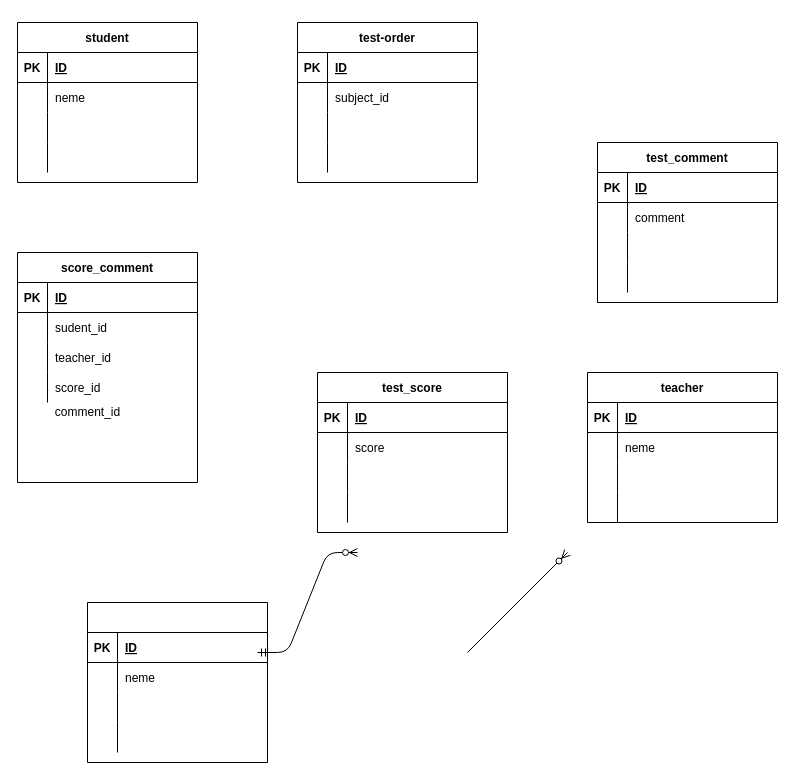
The draw.io diagram 20211019_niimura/ERD.drawio in Niimura001/20211019_niimura, before the edit. Source tidied: cells renumbered, new cells numbered last; positions are measured from the earlier drawing's top-left corner, leaving out a move shared by most shapes. Both pictures are drawn from the tidied source at 100%, with x=0, y=0 at pixel (17, 22).
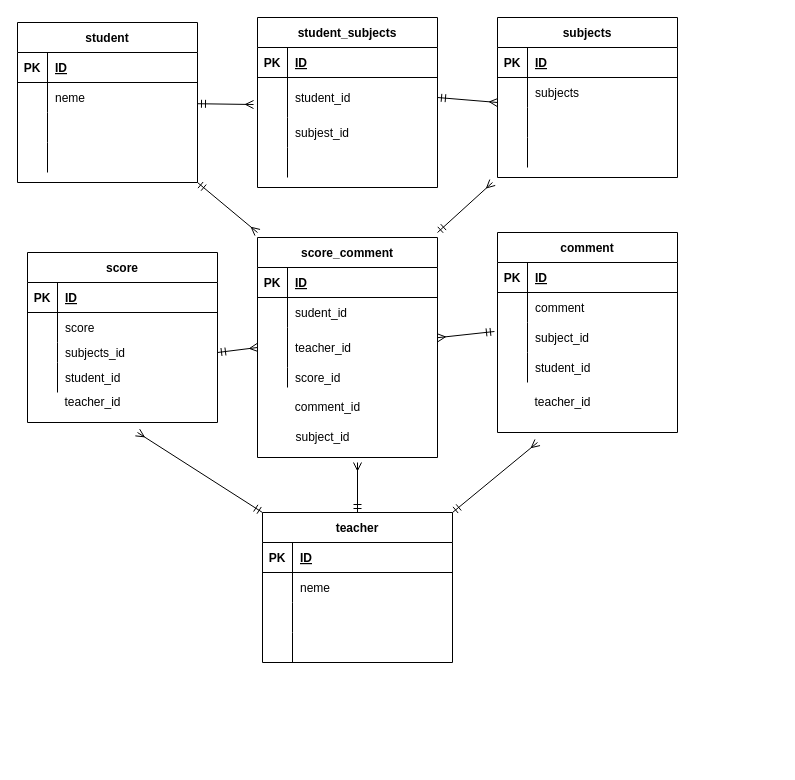
After the change.

The change refers to these unchanged cells:
```xml
<mxCell id="2" value="student" style="shape=table;startSize=30;childLayout=tableLayout;rowLines=0;fontStyle=1;align=center;" parent="1" vertex="1">
  <mxGeometry width="180" height="160" as="geometry" />
</mxCell>
<mxCell id="50" style="shape=partialRectangle;fillColor=none;top=0;left=0;bottom=0;right=0;points=[[0,0.5],[1,0.5]];portConstraint=eastwest;" parent="43" vertex="1">
  <mxGeometry y="90" width="180" height="30" as="geometry" />
</mxCell>
<mxCell id="53" style="shape=partialRectangle;fillColor=none;top=0;left=0;bottom=0;right=0;" parent="43" vertex="1">
  <mxGeometry y="120" width="180" height="30" as="geometry" />
</mxCell>
```

Change to the diagram source:
```diff
@@
+    <mxCell id="97" style="rounded=0;jettySize=auto;html=1;entryX=-0.022;entryY=0.675;entryDx=0;entryDy=0;entryPerimeter=0;endArrow=ERmany;endFill=0;startArrow=ERmandOne;startFill=0;" parent="1" edge="1" source="2" target="73">
+      <mxGeometry relative="1" as="geometry" />
+    </mxCell>
@@
+    <mxCell id="98" style="edgeStyle=none;rounded=0;jettySize=auto;html=1;exitX=0;exitY=0;exitDx=0;exitDy=0;startArrow=ERmandOne;startFill=0;endArrow=ERmany;endFill=0;" parent="1" edge="1" source="15">
+      <mxGeometry relative="1" as="geometry">
+        <mxPoint x="120" y="410" as="targetPoint" />
+      </mxGeometry>
+    </mxCell>
+    <mxCell id="99" style="edgeStyle=none;rounded=0;jettySize=auto;html=1;startArrow=ERmandOne;startFill=0;endArrow=ERmany;endFill=0;" parent="1" edge="1" source="15">
+      <mxGeometry relative="1" as="geometry">
+        <mxPoint x="340" y="440" as="targetPoint" />
+      </mxGeometry>
+    </mxCell>
     <mxCell id="15" value="teacher" style="shape=table;startSize=30;childLayout=tableLayout;rowLines=0;fontStyle=1;align=center;" parent="1" vertex="1">
-      <mxGeometry x="570" y="350" width="190" height="150" as="geometry" />
+      <mxGeometry x="245" y="490" width="190" height="150" as="geometry" />
     </mxCell>
@@
-    <mxCell id="28" style="shape=table;startSize=30;childLayout=tableLayout;rowLines=0;fontStyle=1;align=center;" parent="1" vertex="1">
-      <mxGeometry x="70" y="580" width="180" height="160" as="geometry" />
-    </mxCell>
-    <mxCell id="29" style="shape=partialRectangle;fillColor=none;top=0;left=0;bottom=1;right=0;" parent="28" vertex="1">
-      <mxGeometry y="30" width="180" height="30" as="geometry" />
-    </mxCell>
-    <mxCell id="30" value="PK" style="shape=partialRectangle;fillColor=none;top=0;left=0;bottom=0;right=0;fontStyle=1;overflow=hidden;" parent="29" vertex="1">
-      <mxGeometry width="30" height="30" as="geometry" />
-    </mxCell>
-    <mxCell id="31" value="ID" style="shape=partialRectangle;fillColor=none;top=0;left=0;bottom=0;right=0;align=left;spacingLeft=6;fontStyle=5;overflow=hidden;" parent="29" vertex="1">
-      <mxGeometry x="30" width="150" height="30" as="geometry" />
-    </mxCell>
-    <mxCell id="32" style="shape=partialRectangle;fillColor=none;top=0;left=0;bottom=0;right=0;" parent="28" vertex="1">
-      <mxGeometry y="60" width="180" height="30" as="geometry" />
-    </mxCell>
-    <mxCell id="33" style="shape=partialRectangle;fillColor=none;top=0;left=0;bottom=0;right=0;overflow=hidden;" parent="32" vertex="1">
-      <mxGeometry width="30" height="30" as="geometry" />
-    </mxCell>
-    <mxCell id="34" value="neme" style="shape=partialRectangle;fillColor=none;top=0;left=0;bottom=0;right=0;align=left;spacingLeft=6;overflow=hidden;" parent="32" vertex="1">
-      <mxGeometry x="30" width="150" height="30" as="geometry" />
-    </mxCell>
-    <mxCell id="35" style="shape=partialRectangle;fillColor=none;top=0;left=0;bottom=0;right=0;points=[[0,0.5],[1,0.5]];portConstraint=eastwest;" parent="28" vertex="1">
-      <mxGeometry y="90" width="180" height="30" as="geometry" />
-    </mxCell>
-    <mxCell id="36" style="shape=partialRectangle;fillColor=none;top=0;left=0;bottom=0;right=0;overflow=hidden;" parent="35" vertex="1">
-      <mxGeometry width="30" height="30" as="geometry" />
-    </mxCell>
-    <mxCell id="37" style="shape=partialRectangle;fillColor=none;top=0;left=0;bottom=0;right=0;align=left;spacingLeft=6;overflow=hidden;" parent="35" vertex="1">
-      <mxGeometry x="30" width="150" height="30" as="geometry" />
-    </mxCell>
-    <mxCell id="38" style="shape=partialRectangle;fillColor=none;top=0;left=0;bottom=0;right=0;" parent="28" vertex="1">
-      <mxGeometry y="120" width="180" height="30" as="geometry" />
-    </mxCell>
-    <mxCell id="39" style="shape=partialRectangle;fillColor=none;top=0;left=0;bottom=0;right=0;overflow=hidden;" parent="38" vertex="1">
-      <mxGeometry width="30" height="30" as="geometry" />
-    </mxCell>
-    <mxCell id="40" style="shape=partialRectangle;fillColor=none;top=0;left=0;bottom=0;right=0;align=left;spacingLeft=6;overflow=hidden;" parent="38" vertex="1">
-      <mxGeometry x="30" width="150" height="30" as="geometry" />
-    </mxCell>
-    <mxCell id="41" style="fontSize=12;html=1;endArrow=ERzeroToMany;endFill=1;" parent="1" edge="1">
-      <mxGeometry relative="1" as="geometry">
-        <mxPoint x="450" y="630" as="sourcePoint" />
-        <mxPoint x="550" y="530" as="targetPoint" />
-      </mxGeometry>
-    </mxCell>
-    <mxCell id="42" style="edgeStyle=entityRelationEdgeStyle;fontSize=12;html=1;endArrow=ERzeroToMany;startArrow=ERmandOne;" parent="1" edge="1">
-      <mxGeometry relative="1" as="geometry">
-        <mxPoint x="240" y="630" as="sourcePoint" />
-        <mxPoint x="340" y="530" as="targetPoint" />
-      </mxGeometry>
-    </mxCell>
-    <mxCell id="43" value="test_comment" style="shape=table;startSize=30;childLayout=tableLayout;rowLines=0;fontStyle=1;align=center;" parent="1" vertex="1">
-      <mxGeometry x="580" y="120" width="180" height="160" as="geometry" />
+    <mxCell id="43" value="comment" style="shape=table;startSize=30;childLayout=tableLayout;rowLines=0;fontStyle=1;align=center;" parent="1" vertex="1">
+      <mxGeometry x="480" y="210" width="180" height="200" as="geometry" />
     </mxCell>
@@
-    <mxCell id="52" style="shape=partialRectangle;fillColor=none;top=0;left=0;bottom=0;right=0;align=left;spacingLeft=6;overflow=hidden;" parent="50" vertex="1">
+    <mxCell id="52" value="subject_id" style="shape=partialRectangle;fillColor=none;top=0;left=0;bottom=0;right=0;align=left;spacingLeft=6;overflow=hidden;" parent="50" vertex="1">
       <mxGeometry x="30" width="150" height="30" as="geometry" />
     </mxCell>
@@
-    <mxCell id="55" style="shape=partialRectangle;fillColor=none;top=0;left=0;bottom=0;right=0;align=left;spacingLeft=6;overflow=hidden;" parent="53" vertex="1">
+    <mxCell id="55" value="student_id" style="shape=partialRectangle;fillColor=none;top=0;left=0;bottom=0;right=0;align=left;spacingLeft=6;overflow=hidden;" parent="53" vertex="1">
       <mxGeometry x="30" width="150" height="30" as="geometry" />
     </mxCell>
-    <mxCell id="56" value="test_score" style="shape=table;startSize=30;childLayout=tableLayout;rowLines=0;fontStyle=1;align=center;" parent="1" vertex="1">
-      <mxGeometry x="300" y="350" width="190" height="160" as="geometry" />
+    <mxCell id="56" value="score" style="shape=table;startSize=30;childLayout=tableLayout;rowLines=0;fontStyle=1;align=center;" parent="1" vertex="1">
+      <mxGeometry x="10" y="230" width="190" height="170" as="geometry" />
     </mxCell>
@@
     <mxCell id="63" style="shape=partialRectangle;fillColor=none;top=0;left=0;bottom=0;right=0;points=[[0,0.5],[1,0.5]];portConstraint=eastwest;" parent="56" vertex="1">
-      <mxGeometry y="90" width="190" height="30" as="geometry" />
+      <mxGeometry y="90" width="190" height="20" as="geometry" />
     </mxCell>
     <mxCell id="64" style="shape=partialRectangle;fillColor=none;top=0;left=0;bottom=0;right=0;overflow=hidden;" parent="63" vertex="1">
-      <mxGeometry width="30" height="30" as="geometry" />
+      <mxGeometry width="30" height="20" as="geometry" />
     </mxCell>
-    <mxCell id="65" style="shape=partialRectangle;fillColor=none;top=0;left=0;bottom=0;right=0;align=left;spacingLeft=6;overflow=hidden;" parent="63" vertex="1">
-      <mxGeometry x="30" width="160" height="30" as="geometry" />
+    <mxCell id="65" value="subjects_id" style="shape=partialRectangle;fillColor=none;top=0;left=0;bottom=0;right=0;align=left;spacingLeft=6;overflow=hidden;" parent="63" vertex="1">
+      <mxGeometry x="30" width="160" height="20" as="geometry" />
     </mxCell>
     <mxCell id="66" style="shape=partialRectangle;fillColor=none;top=0;left=0;bottom=0;right=0;" parent="56" vertex="1">
-      <mxGeometry y="120" width="190" height="30" as="geometry" />
+      <mxGeometry y="110" width="190" height="30" as="geometry" />
     </mxCell>
@@
-    <mxCell id="68" style="shape=partialRectangle;fillColor=none;top=0;left=0;bottom=0;right=0;align=left;spacingLeft=6;overflow=hidden;" parent="66" vertex="1">
+    <mxCell id="68" value="student_id" style="shape=partialRectangle;fillColor=none;top=0;left=0;bottom=0;right=0;align=left;spacingLeft=6;overflow=hidden;" parent="66" vertex="1">
       <mxGeometry x="30" width="160" height="30" as="geometry" />
     </mxCell>
-    <mxCell id="69" value="test-order" style="shape=table;startSize=30;childLayout=tableLayout;rowLines=0;fontStyle=1;align=center;" parent="1" vertex="1">
-      <mxGeometry x="280" width="180" height="160" as="geometry" />
+    <mxCell id="69" value="student_subjects" style="shape=table;startSize=30;childLayout=tableLayout;rowLines=0;fontStyle=1;align=center;" parent="1" vertex="1">
+      <mxGeometry x="240" y="-5" width="180" height="170" as="geometry" />
     </mxCell>
@@
     <mxCell id="73" style="shape=partialRectangle;fillColor=none;top=0;left=0;bottom=0;right=0;points=[[0,0.5],[1,0.5]];portConstraint=eastwest;" parent="69" vertex="1">
-      <mxGeometry y="60" width="180" height="30" as="geometry" />
+      <mxGeometry y="60" width="180" height="40" as="geometry" />
     </mxCell>
     <mxCell id="74" style="shape=partialRectangle;fillColor=none;top=0;left=0;bottom=0;right=0;overflow=hidden;" parent="73" vertex="1">
-      <mxGeometry width="30" height="30" as="geometry" />
+      <mxGeometry width="30" height="40" as="geometry" />
     </mxCell>
-    <mxCell id="75" value="subject_id" style="shape=partialRectangle;fillColor=none;top=0;left=0;bottom=0;right=0;align=left;spacingLeft=6;overflow=hidden;" parent="73" vertex="1">
-      <mxGeometry x="30" width="150" height="30" as="geometry" />
+    <mxCell id="75" value="student_id" style="shape=partialRectangle;fillColor=none;top=0;left=0;bottom=0;right=0;align=left;spacingLeft=6;overflow=hidden;" parent="73" vertex="1">
+      <mxGeometry x="30" width="150" height="40" as="geometry" />
     </mxCell>
     <mxCell id="76" style="shape=partialRectangle;fillColor=none;top=0;left=0;bottom=0;right=0;" parent="69" vertex="1">
-      <mxGeometry y="90" width="180" height="30" as="geometry" />
+      <mxGeometry y="100" width="180" height="30" as="geometry" />
     </mxCell>
@@
-    <mxCell id="78" style="shape=partialRectangle;fillColor=none;top=0;left=0;bottom=0;right=0;align=left;spacingLeft=6;overflow=hidden;" parent="76" vertex="1">
+    <mxCell id="78" value="subjest_id" style="shape=partialRectangle;fillColor=none;top=0;left=0;bottom=0;right=0;align=left;spacingLeft=6;overflow=hidden;" parent="76" vertex="1">
       <mxGeometry x="30" width="150" height="30" as="geometry" />
     </mxCell>
     <mxCell id="79" style="shape=partialRectangle;fillColor=none;top=0;left=0;bottom=0;right=0;" parent="69" vertex="1">
-      <mxGeometry y="120" width="180" height="30" as="geometry" />
+      <mxGeometry y="130" width="180" height="30" as="geometry" />
     </mxCell>
@@
+    <mxCell id="100" value="subjects" style="shape=table;startSize=30;childLayout=tableLayout;rowLines=0;fontStyle=1;align=center;" parent="1" vertex="1">
+      <mxGeometry x="480" y="-5" width="180" height="160" as="geometry" />
+    </mxCell>
+    <mxCell id="29" style="shape=partialRectangle;fillColor=none;top=0;left=0;bottom=1;right=0;" parent="100" vertex="1">
+      <mxGeometry y="30" width="180" height="30" as="geometry" />
+    </mxCell>
+    <mxCell id="30" value="PK" style="shape=partialRectangle;fillColor=none;top=0;left=0;bottom=0;right=0;fontStyle=1;overflow=hidden;" parent="29" vertex="1">
+      <mxGeometry width="30" height="30" as="geometry" />
+    </mxCell>
+    <mxCell id="31" value="ID" style="shape=partialRectangle;fillColor=none;top=0;left=0;bottom=0;right=0;align=left;spacingLeft=6;fontStyle=5;overflow=hidden;" parent="29" vertex="1">
+      <mxGeometry x="30" width="150" height="30" as="geometry" />
+    </mxCell>
+    <mxCell id="32" style="shape=partialRectangle;fillColor=none;top=0;left=0;bottom=0;right=0;" parent="100" vertex="1">
+      <mxGeometry y="60" width="180" height="30" as="geometry" />
+    </mxCell>
+    <mxCell id="101" style="shape=partialRectangle;fillColor=none;top=0;left=0;bottom=0;right=0;overflow=hidden;" parent="32" vertex="1">
+      <mxGeometry width="30" height="30" as="geometry" />
+    </mxCell>
+    <mxCell id="102" value="subjects" style="shape=partialRectangle;fillColor=none;top=0;left=0;bottom=0;right=0;align=left;spacingLeft=6;overflow=hidden;" parent="32" vertex="1">
+      <mxGeometry x="30" width="150" height="30" as="geometry" />
+    </mxCell>
+    <mxCell id="35" style="shape=partialRectangle;fillColor=none;top=0;left=0;bottom=0;right=0;points=[[0,0.5],[1,0.5]];portConstraint=eastwest;" parent="100" vertex="1">
+      <mxGeometry y="90" width="180" height="30" as="geometry" />
+    </mxCell>
+    <mxCell id="103" style="shape=partialRectangle;fillColor=none;top=0;left=0;bottom=0;right=0;overflow=hidden;" parent="35" vertex="1">
+      <mxGeometry width="30" height="30" as="geometry" />
+    </mxCell>
+    <mxCell id="104" style="shape=partialRectangle;fillColor=none;top=0;left=0;bottom=0;right=0;align=left;spacingLeft=6;overflow=hidden;" parent="35" vertex="1">
+      <mxGeometry x="30" width="150" height="30" as="geometry" />
+    </mxCell>
+    <mxCell id="38" style="shape=partialRectangle;fillColor=none;top=0;left=0;bottom=0;right=0;" parent="100" vertex="1">
+      <mxGeometry y="120" width="180" height="30" as="geometry" />
+    </mxCell>
+    <mxCell id="105" style="shape=partialRectangle;fillColor=none;top=0;left=0;bottom=0;right=0;overflow=hidden;" parent="38" vertex="1">
+      <mxGeometry width="30" height="30" as="geometry" />
+    </mxCell>
+    <mxCell id="106" style="shape=partialRectangle;fillColor=none;top=0;left=0;bottom=0;right=0;align=left;spacingLeft=6;overflow=hidden;" parent="38" vertex="1">
+      <mxGeometry x="30" width="150" height="30" as="geometry" />
+    </mxCell>
+    <mxCell id="107" style="group;" parent="1" vertex="1">
+      <mxGeometry x="240" y="215" width="180" height="220" as="geometry" />
+    </mxCell>
-    <mxCell id="82" style="group;" parent="1" vertex="1">
-      <mxGeometry y="230" width="180" height="230" as="geometry" />
+    <mxCell id="82" style="group;" parent="107" vertex="1">
+      <mxGeometry y="20" width="180" height="190" as="geometry" />
     </mxCell>
+    <mxCell id="96" value="comment_id" style="text;html=1;align=center;verticalAlign=middle;strokeColor=none;" parent="82" vertex="1">
+      <mxGeometry x="30" y="140" width="80" height="20" as="geometry" />
+    </mxCell>
+    <mxCell id="108" value="subject_id" style="text;html=1;align=center;verticalAlign=middle;strokeColor=none;" parent="82" vertex="1">
+      <mxGeometry x="30" y="170" width="70" height="20" as="geometry" />
+    </mxCell>
-    <mxCell id="83" value="score_comment" style="shape=table;startSize=30;childLayout=tableLayout;rowLines=0;fontStyle=1;align=center;" parent="82" vertex="1">
-      <mxGeometry width="180" height="230" as="geometry" />
+    <mxCell id="83" value="score_comment" style="shape=table;startSize=30;childLayout=tableLayout;rowLines=0;fontStyle=1;align=center;" parent="107" vertex="1">
+      <mxGeometry width="180" height="220" as="geometry" />
     </mxCell>
@@
     <mxCell id="90" style="shape=partialRectangle;fillColor=none;top=0;left=0;bottom=0;right=0;points=[[0,0.5],[1,0.5]];portConstraint=eastwest;" parent="83" vertex="1">
-      <mxGeometry y="90" width="180" height="30" as="geometry" />
+      <mxGeometry y="90" width="180" height="40" as="geometry" />
     </mxCell>
     <mxCell id="91" style="shape=partialRectangle;fillColor=none;top=0;left=0;bottom=0;right=0;overflow=hidden;" parent="90" vertex="1">
-      <mxGeometry width="30" height="30" as="geometry" />
+      <mxGeometry width="30" height="40" as="geometry" />
     </mxCell>
     <mxCell id="92" value="teacher_id" style="shape=partialRectangle;fillColor=none;top=0;left=0;bottom=0;right=0;align=left;spacingLeft=6;overflow=hidden;" parent="90" vertex="1">
-      <mxGeometry x="30" width="150" height="30" as="geometry" />
+      <mxGeometry x="30" width="150" height="40" as="geometry" />
     </mxCell>
     <mxCell id="93" style="shape=partialRectangle;fillColor=none;top=0;left=0;bottom=0;right=0;" parent="83" vertex="1">
-      <mxGeometry y="120" width="180" height="30" as="geometry" />
+      <mxGeometry y="130" width="180" height="20" as="geometry" />
     </mxCell>
     <mxCell id="94" style="shape=partialRectangle;fillColor=none;top=0;left=0;bottom=0;right=0;overflow=hidden;" parent="93" vertex="1">
-      <mxGeometry width="30" height="30" as="geometry" />
+      <mxGeometry width="30" height="20" as="geometry" />
     </mxCell>
     <mxCell id="95" value="score_id" style="shape=partialRectangle;fillColor=none;top=0;left=0;bottom=0;right=0;align=left;spacingLeft=6;overflow=hidden;" parent="93" vertex="1">
-      <mxGeometry x="30" width="150" height="30" as="geometry" />
+      <mxGeometry x="30" width="150" height="20" as="geometry" />
     </mxCell>
-    <mxCell id="96" value="comment_id" style="text;html=1;align=center;verticalAlign=middle;strokeColor=none;" parent="82" vertex="1">
-      <mxGeometry x="30" y="150" width="80" height="20" as="geometry" />
-    </mxCell>
+    <mxCell id="109" value="teacher_id" style="text;html=1;align=center;verticalAlign=middle;strokeColor=none;" parent="1" vertex="1">
+      <mxGeometry x="40" y="370" width="70" height="20" as="geometry" />
+    </mxCell>
+    <mxCell id="110" value="teacher_id" style="text;html=1;align=center;verticalAlign=middle;strokeColor=none;" parent="1" vertex="1">
+      <mxGeometry x="510" y="370" width="70" height="20" as="geometry" />
+    </mxCell>
+    <mxCell id="111" style="edgeStyle=none;rounded=0;jettySize=auto;html=1;exitX=1;exitY=0.5;exitDx=0;exitDy=0;entryX=0;entryY=-0.167;entryDx=0;entryDy=0;entryPerimeter=0;startArrow=ERmandOne;startFill=0;endArrow=ERmany;endFill=0;" parent="1" edge="1" source="73" target="35">
+      <mxGeometry relative="1" as="geometry" />
+    </mxCell>
+    <mxCell id="112" style="rounded=0;orthogonalLoop=1;jettySize=auto;html=1;endArrow=ERmany;endFill=0;startArrow=ERmandOne;startFill=0;" parent="1" edge="1">
+      <mxGeometry relative="1" as="geometry">
+        <mxPoint x="180" y="160" as="sourcePoint" />
+        <mxPoint x="240" y="210" as="targetPoint" />
+      </mxGeometry>
+    </mxCell>
+    <mxCell id="113" style="edgeStyle=none;rounded=0;jettySize=auto;html=1;exitX=1;exitY=0.5;exitDx=0;exitDy=0;entryX=0;entryY=0.5;entryDx=0;entryDy=0;startArrow=ERmandOne;startFill=0;endArrow=ERmany;endFill=0;" parent="1" edge="1" source="63" target="90">
+      <mxGeometry relative="1" as="geometry" />
+    </mxCell>
+    <mxCell id="114" style="rounded=0;orthogonalLoop=1;jettySize=auto;html=1;endArrow=ERmany;endFill=0;startArrow=ERmandOne;startFill=0;" parent="1" edge="1">
+      <mxGeometry relative="1" as="geometry">
+        <mxPoint x="435" y="490" as="sourcePoint" />
+        <mxPoint x="520" y="420" as="targetPoint" />
+      </mxGeometry>
+    </mxCell>
+    <mxCell id="115" style="rounded=0;jettySize=auto;html=1;endArrow=ERmany;endFill=0;startArrow=ERmandOne;startFill=0;exitX=-0.017;exitY=0.3;exitDx=0;exitDy=0;exitPerimeter=0;" parent="1" edge="1" source="50" target="90">
+      <mxGeometry relative="1" as="geometry" />
+    </mxCell>
+    <mxCell id="116" style="rounded=0;orthogonalLoop=1;jettySize=auto;html=1;endArrow=ERmany;endFill=0;startArrow=ERmandOne;startFill=0;" parent="1" edge="1">
+      <mxGeometry relative="1" as="geometry">
+        <mxPoint x="420" y="210" as="sourcePoint" />
+        <mxPoint x="475" y="160" as="targetPoint" />
+      </mxGeometry>
+    </mxCell>
```
